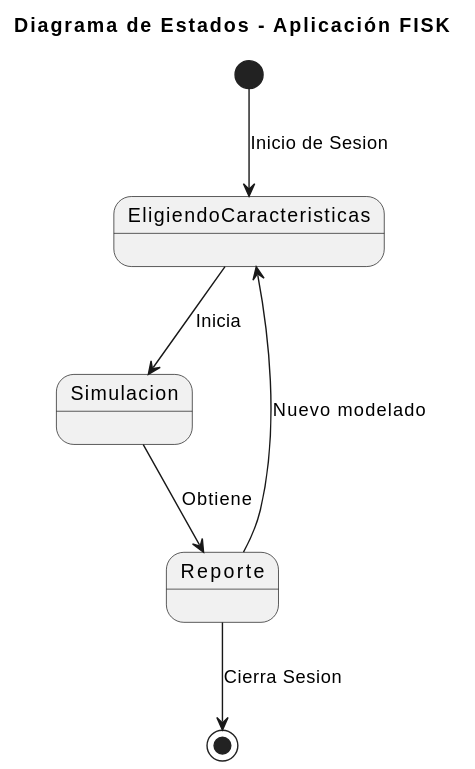
Before: imagenes/modelosUML/diagramaEstados.svg, a diagram exported from PlantUML (mmasias/23-24-IdSw1-SDR).
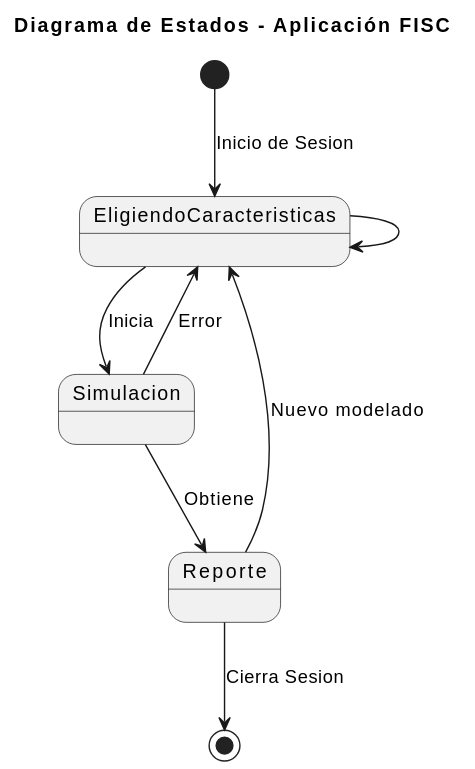
Above is the later version.

Diff of the diagram source:
```diff
@@ -1,9 +1,12 @@
 @startuml
-title Diagrama de Estados - Aplicación FISK
+title Diagrama de Estados - Aplicación FISC
 
 [*] --> EligiendoCaracteristicas : Inicio de Sesion
 EligiendoCaracteristicas --> Simulacion : Inicia
 Simulacion --> Reporte : Obtiene
 Reporte --> EligiendoCaracteristicas : Nuevo modelado
 Reporte --> [*] : Cierra Sesion
+
+EligiendoCaracteristicas --> EligiendoCaracteristicas
+Simulacion --> EligiendoCaracteristicas : Error
 @enduml
```
